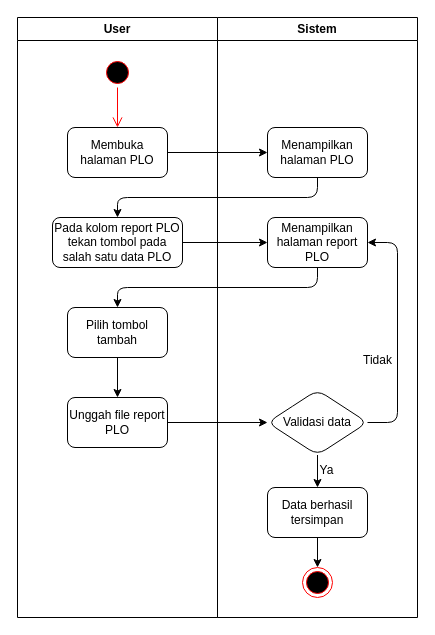
rismanrhz/idms keeps this draw.io diagram as PLO/tambahreportPLO.drawio. Above is the earlier version. Source tidied: cells renumbered, new cells numbered last; positions are measured from the earlier drawing's top-left corner, leaving out a move shared by most shapes. Both pictures are drawn from the tidied source at 100%, with x=0, y=0 at pixel (17, 17).
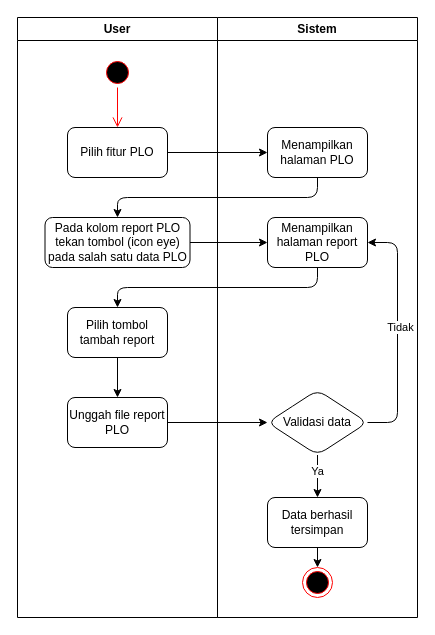
After the change.

The change refers to these unchanged cells:
```xml
<mxCell id="2" value="User" style="swimlane;whiteSpace=wrap;html=1;startSize=23;" parent="1" vertex="1">
  <mxGeometry width="200" height="600" as="geometry" />
</mxCell>
<mxCell id="10" value="Sistem" style="swimlane;whiteSpace=wrap;html=1;" parent="1" vertex="1">
  <mxGeometry x="200" width="200" height="600" as="geometry" />
</mxCell>
<mxCell id="13" style="edgeStyle=none;html=1;" parent="10" edge="1" source="15" target="17">
  <mxGeometry relative="1" as="geometry" />
</mxCell>
<mxCell id="14" style="edgeStyle=none;html=1;entryX=1;entryY=0.5;entryDx=0;entryDy=0;" parent="10" edge="1" source="15" target="12">
  <mxGeometry relative="1" as="geometry">
    <Array as="points">
      <mxPoint x="180" y="405" />
      <mxPoint x="180" y="225" />
    </Array>
  </mxGeometry>
</mxCell>
```

Change to the diagram source:
```diff
@@
-    <mxCell id="5" value="Membuka halaman PLO" style="rounded=1;whiteSpace=wrap;html=1;" parent="2" vertex="1">
+    <mxCell id="5" value="Pilih fitur PLO" style="rounded=1;whiteSpace=wrap;html=1;" parent="2" vertex="1">
       <mxGeometry x="50" y="110" width="100" height="50" as="geometry" />
     </mxCell>
-    <mxCell id="6" value="&lt;span style=&quot;color: rgb(0, 0, 0);&quot;&gt;Pada kolom report PLO tekan tombol pada salah satu data PLO&lt;/span&gt;" style="rounded=1;whiteSpace=wrap;html=1;" parent="2" vertex="1">
-      <mxGeometry x="35" y="200" width="130" height="50" as="geometry" />
+    <mxCell id="6" value="&lt;span style=&quot;color: rgb(0, 0, 0);&quot;&gt;Pada kolom report PLO tekan tombol (icon eye) pada salah satu data PLO&lt;/span&gt;" style="rounded=1;whiteSpace=wrap;html=1;" parent="2" vertex="1">
+      <mxGeometry x="27.5" y="200" width="145" height="50" as="geometry" />
     </mxCell>
@@
-    <mxCell id="8" value="Pilih tombol tambah" style="rounded=1;whiteSpace=wrap;html=1;" parent="2" vertex="1">
+    <mxCell id="8" value="Pilih tombol tambah report" style="rounded=1;whiteSpace=wrap;html=1;" parent="2" vertex="1">
       <mxGeometry x="50" y="290" width="100" height="50" as="geometry" />
     </mxCell>
@@
+    <mxCell id="19" value="Ya" style="edgeLabel;html=1;align=center;verticalAlign=middle;" parent="13" vertex="1">
+      <mxGeometry x="-0.27" y="-1" relative="1" as="geometry" />
+    </mxCell>
@@
+    <mxCell id="18" value="Tidak" style="edgeLabel;html=1;align=center;verticalAlign=middle;" parent="14" vertex="1">
+      <mxGeometry x="0.05" y="-2" relative="1" as="geometry" />
+    </mxCell>
@@
     <mxCell id="17" value="Data berhasil tersimpan" style="rounded=1;whiteSpace=wrap;html=1;" parent="10" vertex="1">
-      <mxGeometry x="50" y="470" width="100" height="50" as="geometry" />
+      <mxGeometry x="50" y="480" width="100" height="50" as="geometry" />
     </mxCell>
-    <mxCell id="18" value="Tidak" style="text;html=1;align=center;verticalAlign=middle;strokeColor=none;fillColor=none;" parent="10" vertex="1">
-      <mxGeometry x="135" y="328" width="50" height="30" as="geometry" />
-    </mxCell>
-    <mxCell id="19" value="Ya" style="text;html=1;align=center;verticalAlign=middle;strokeColor=none;fillColor=none;" parent="10" vertex="1">
-      <mxGeometry x="89" y="437.5" width="40" height="30" as="geometry" />
-    </mxCell>
```
